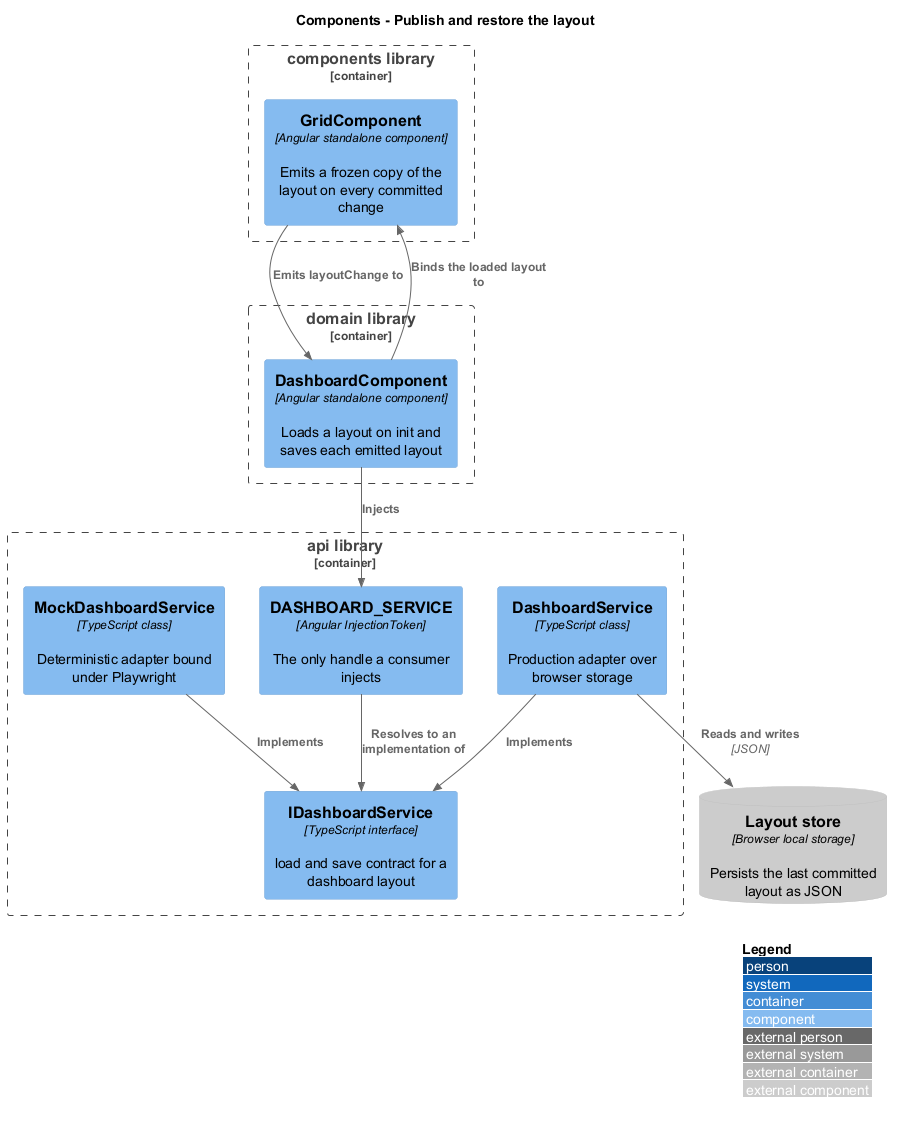
Before: docs/detailed-designs/grid-layout/publish-and-restore-layout/diagrams/c4-component.png, a diagram exported from PlantUML (QuinntyneBrown/qbc-grid).
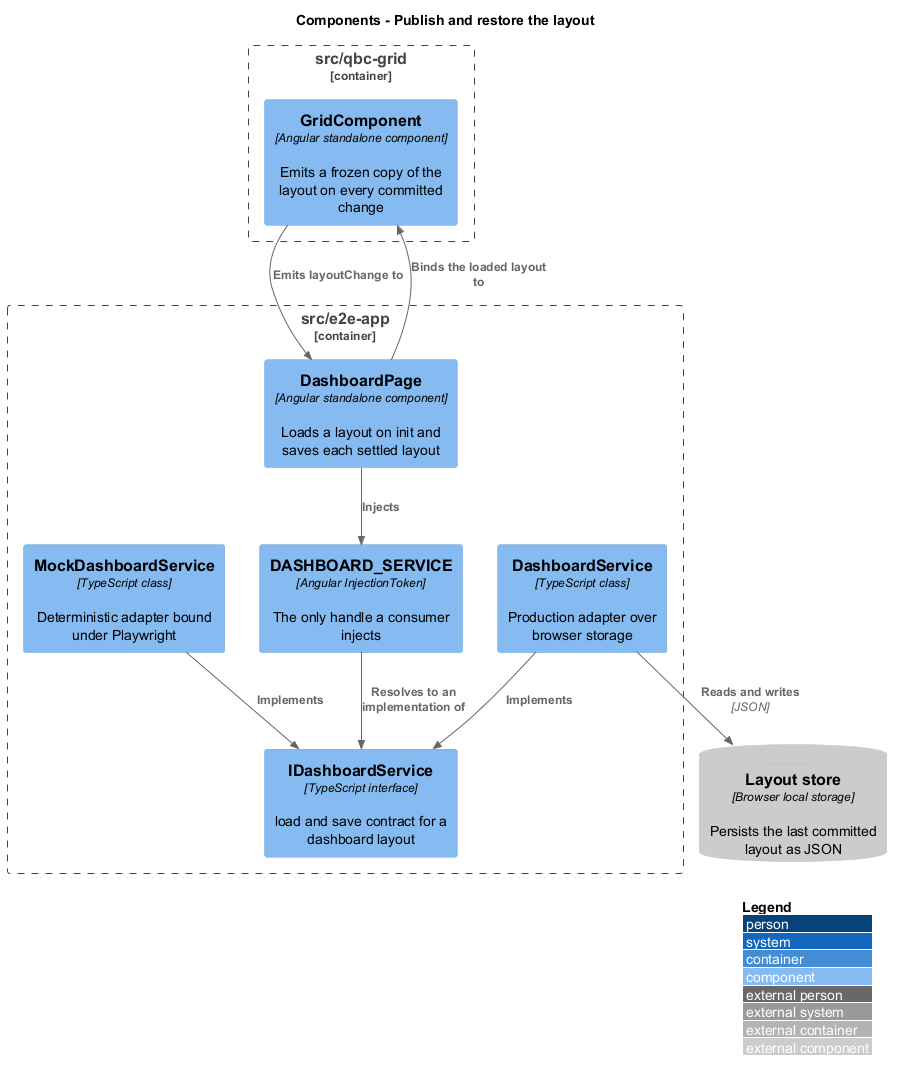
The same diagram one commit later.

Diff of the diagram source:
```diff
@@ -3,15 +3,12 @@
 LAYOUT_WITH_LEGEND()
 title Components - Publish and restore the layout
 
-Container_Boundary(components, "components library") {
+Container_Boundary(components, "src/qbc-grid") {
   Component(grid, "GridComponent", "Angular standalone component", "Emits a frozen copy of the layout on every committed change")
 }
 
-Container_Boundary(domainlib, "domain library") {
-  Component(dash, "DashboardComponent", "Angular standalone component", "Loads a layout on init and saves each emitted layout")
-}
-
-Container_Boundary(apilib, "api library") {
+Container_Boundary(applib, "src/e2e-app") {
+  Component(dash, "DashboardPage", "Angular standalone component", "Loads a layout on init and saves each settled layout")
   Component(contract, "IDashboardService", "TypeScript interface", "load and save contract for a dashboard layout")
   Component(token, "DASHBOARD_SERVICE", "Angular InjectionToken", "The only handle a consumer injects")
   Component(adapter, "DashboardService", "TypeScript class", "Production adapter over browser storage")
```
